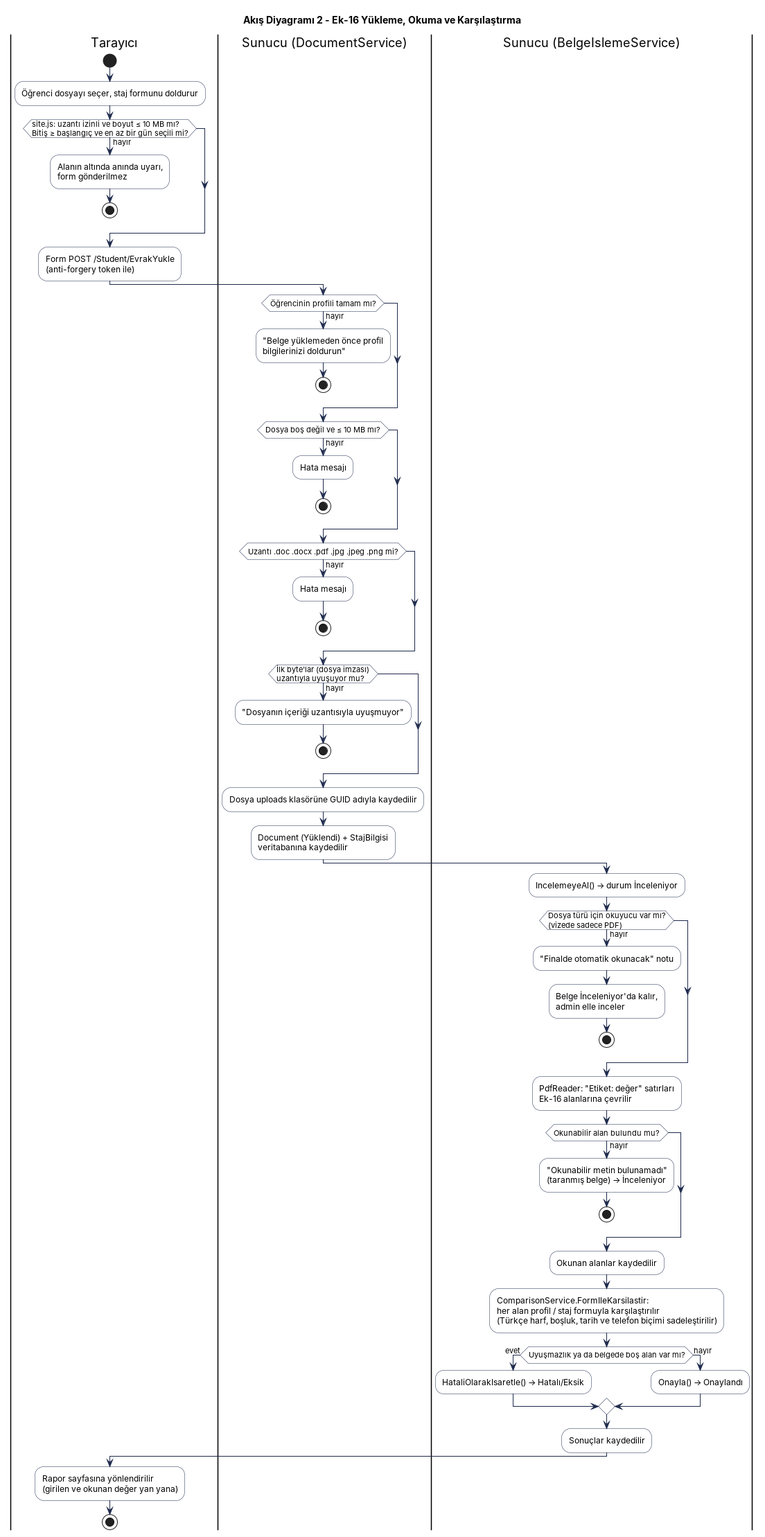
Before: Diyagramlar/akis-belge-yukleme.png, a diagram exported from PlantUML (asticfant/Staj-Evrak-Sistemi). Its diagram source:
```plantuml
@startuml akis-belge-yukleme
title Akış Diyagramı 2 - Ek-16 Yükleme, Okuma ve Karşılaştırma
skinparam defaultFontName Arial
skinparam ActivityBackgroundColor #FFFFFF
skinparam ActivityBorderColor #1F2B4D
skinparam ArrowColor #1F2B4D

|Tarayıcı|
start
:Öğrenci dosyayı seçer, staj formunu doldurur;
if (site.js: uzantı izinli ve boyut ≤ 10 MB mı?\nBitiş ≥ başlangıç ve en az bir gün seçili mi?) then (hayır)
  :Alanın altında anında uyarı,\nform gönderilmez;
  stop
endif
:Form POST /Student/EvrakYukle\n(anti-forgery token ile);

|Sunucu (DocumentService)|
if (Öğrencinin profili tamam mı?) then (hayır)
  :"Belge yüklemeden önce profil\nbilgilerinizi doldurun";
  stop
endif
if (Dosya boş değil ve ≤ 10 MB mı?) then (hayır)
  :Hata mesajı;
  stop
endif
if (Uzantı .doc .docx .pdf .jpg .jpeg .png mi?) then (hayır)
  :Hata mesajı;
  stop
endif
if (İlk byte'lar (dosya imzası)\nuzantıyla uyuşuyor mu?) then (hayır)
  :"Dosyanın içeriği uzantısıyla uyuşmuyor";
  stop
endif
:Dosya uploads klasörüne GUID adıyla kaydedilir;
:Document (Yüklendi) + StajBilgisi\nveritabanına kaydedilir;

|Sunucu (BelgeIslemeService)|
:IncelemeyeAl() → durum İnceleniyor;
if (Dosya türü için okuyucu var mı?\n(vizede sadece PDF)) then (hayır)
  :"Finalde otomatik okunacak" notu;
  :Belge İnceleniyor'da kalır,\nadmin elle inceler;
  stop
endif
:PdfReader: "Etiket: değer" satırları\nEk-16 alanlarına çevrilir;
if (Okunabilir alan bulundu mu?) then (hayır)
  :"Okunabilir metin bulunamadı"\n(taranmış belge) → İnceleniyor;
  stop
endif
:Okunan alanlar kaydedilir;
:ComparisonService.FormIleKarsilastir:\nher alan profil / staj formuyla karşılaştırılır\n(Türkçe harf, boşluk, tarih ve telefon biçimi sadeleştirilir);
if (Uyuşmazlık ya da belgede boş alan var mı?) then (evet)
  :HataliOlarakIsaretle() → Hatalı/Eksik;
else (hayır)
  :Onayla() → Onaylandı;
endif
:Sonuçlar kaydedilir;

|Tarayıcı|
:Rapor sayfasına yönlendirilir\n(girilen ve okunan değer yan yana);
stop
@enduml
```
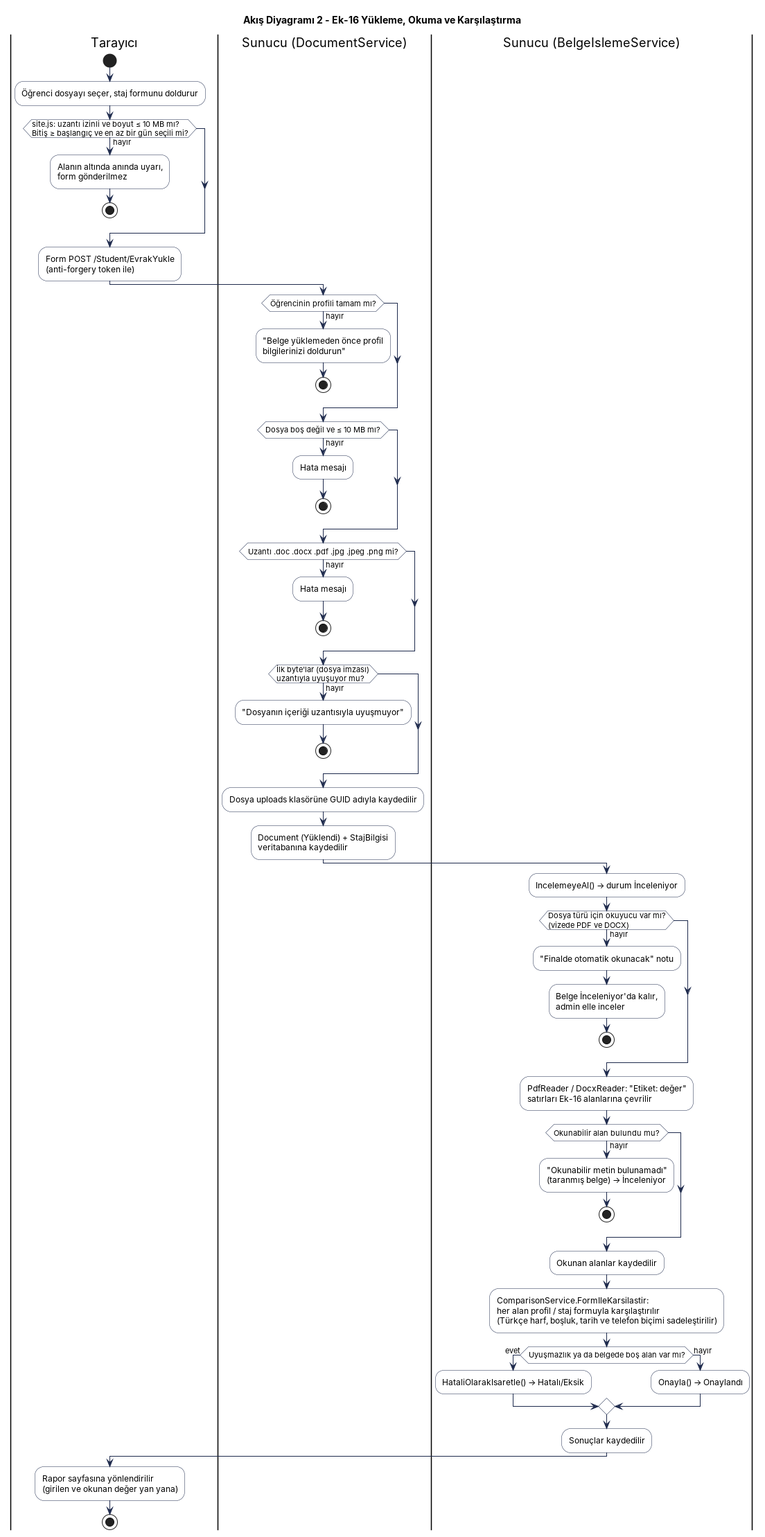
After the change.

What changed in the source:
```diff
@@ -36,12 +36,12 @@
 
 |Sunucu (BelgeIslemeService)|
 :IncelemeyeAl() → durum İnceleniyor;
-if (Dosya türü için okuyucu var mı?\n(vizede sadece PDF)) then (hayır)
+if (Dosya türü için okuyucu var mı?\n(vizede PDF ve DOCX)) then (hayır)
   :"Finalde otomatik okunacak" notu;
   :Belge İnceleniyor'da kalır,\nadmin elle inceler;
   stop
 endif
-:PdfReader: "Etiket: değer" satırları\nEk-16 alanlarına çevrilir;
+:PdfReader / DocxReader: "Etiket: değer"\nsatırları Ek-16 alanlarına çevrilir;
 if (Okunabilir alan bulundu mu?) then (hayır)
   :"Okunabilir metin bulunamadı"\n(taranmış belge) → İnceleniyor;
   stop
```
